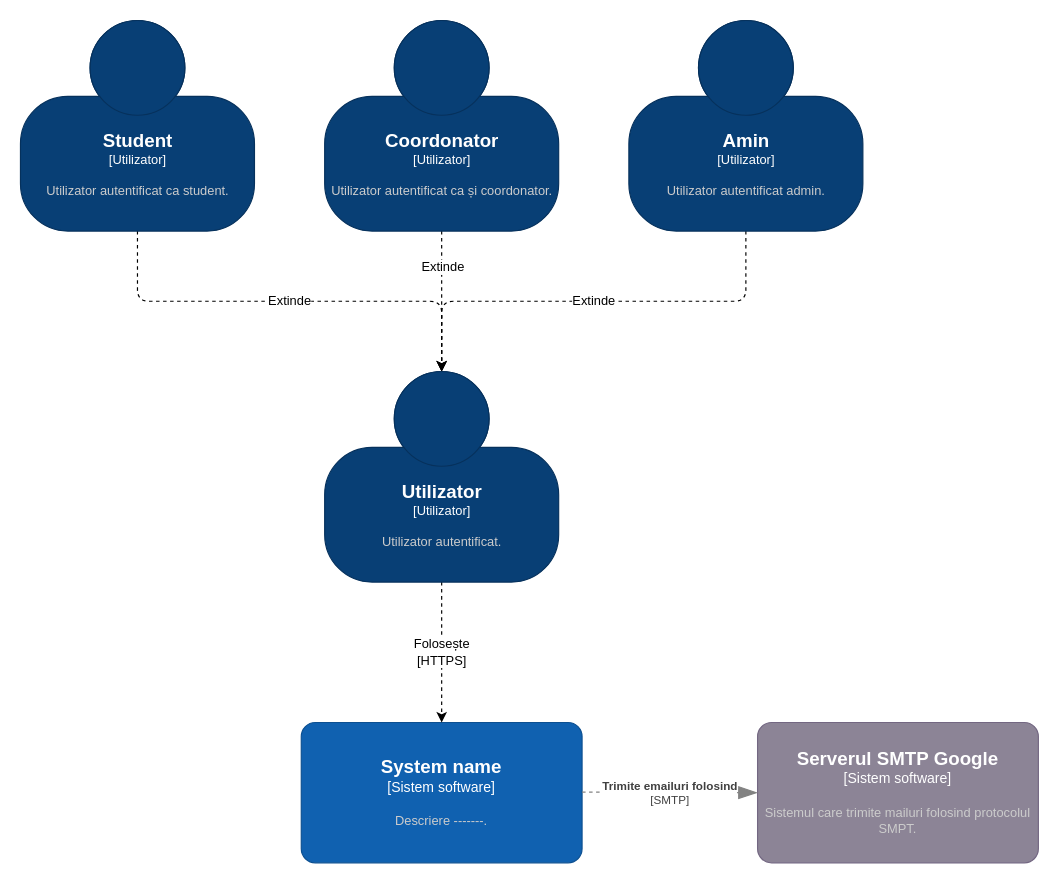
The draw.io diagram page "app level 1" (1 of 4) of files/diagrams.drawio in valentin-stamate/dashboard-activitatie-academica, before the edit. Source tidied: cells renumbered, new cells numbered last; positions are measured from the earlier drawing's top-left corner, leaving out a move shared by most shapes. Both pictures are drawn from the tidied source at 117%, with x=0, y=0 at pixel (20, 20).
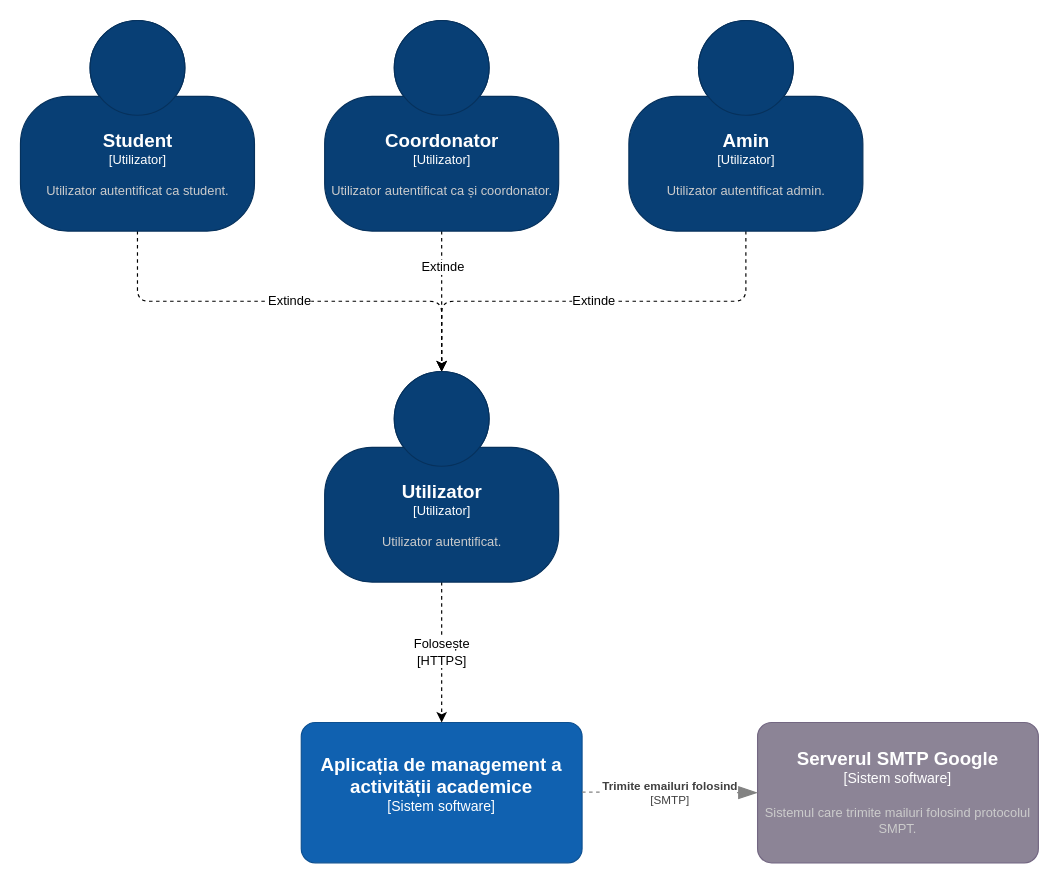
The same diagram, later.

Diff of the diagram source:
```diff
@@
-    <object id="4" label="&lt;font style=&quot;font-size: 16px&quot;&gt;&lt;b&gt;%c4Name%&lt;/b&gt;&lt;/font&gt;&lt;div&gt;[%c4Type%]&lt;/div&gt;&lt;br&gt;&lt;div&gt;&lt;font style=&quot;font-size: 11px&quot;&gt;&lt;font color=&quot;#cccccc&quot;&gt;%c4Description%&lt;/font&gt;&lt;/div&gt;" c4Description="Descriere -------." c4Name="System name" c4Type="Sistem software" placeholders="1">
+    <object id="4" label="&lt;font style=&quot;font-size: 16px&quot;&gt;&lt;b&gt;%c4Name%&lt;/b&gt;&lt;/font&gt;&lt;div&gt;[%c4Type%]&lt;/div&gt;&lt;br&gt;&lt;div&gt;&lt;font style=&quot;font-size: 11px&quot;&gt;&lt;font color=&quot;#cccccc&quot;&gt;%c4Description%&lt;/font&gt;&lt;/div&gt;" c4Description="" c4Name="Aplicația de management a activității academice" c4Type="Sistem software" placeholders="1">
       <mxCell style="rounded=1;whiteSpace=wrap;html=1;labelBackgroundColor=none;fillColor=#1061B0;fontColor=#ffffff;align=center;arcSize=10;strokeColor=#0D5091;points=[[0.25,0,0],[0.5,0,0],[0.75,0,0],[1,0.25,0],[1,0.5,0],[1,0.75,0],[0.75,1,0],[0.5,1,0],[0.25,1,0],[0,0.75,0],[0,0.5,0],[0,0.25,0]];" parent="1" vertex="1">
         <mxGeometry x="240" y="600" width="240" height="120" as="geometry" />
       </mxCell>
     </object>
```
